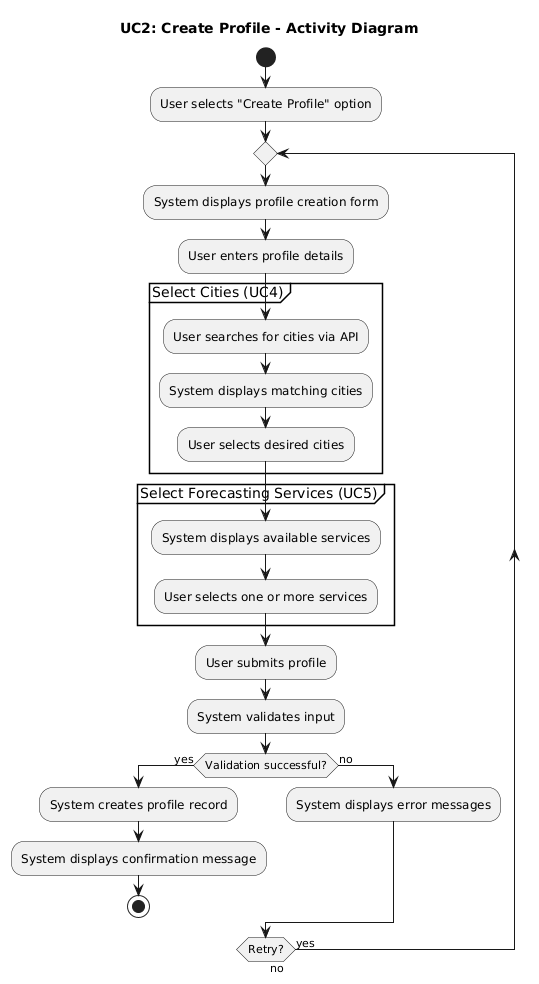
Above: requirements/activity_diagrams/UC2_Create_Profile.png in ManosMorf97/Weather-Forecasts-AI-Remastered (PlantUML), before the change.
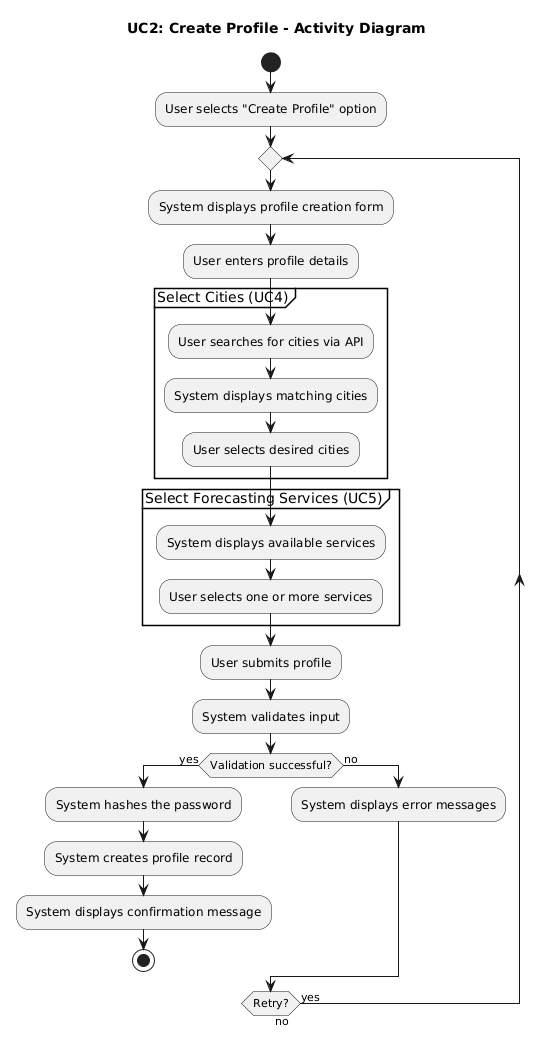
After the commit.

What changed in the source:
```diff
@@ -22,6 +22,7 @@
   :System validates input;
 
   if (Validation successful?) then (yes)
+    :System hashes the password;
     :System creates profile record;
     :System displays confirmation message;
     stop
```
